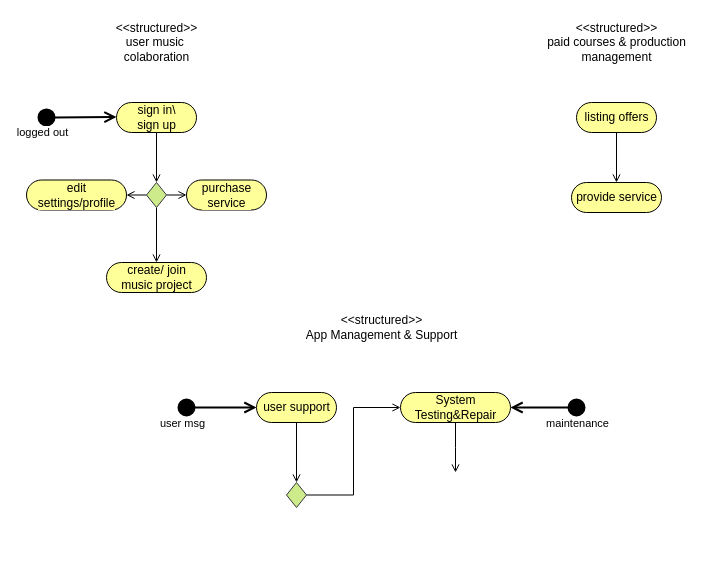
Before: page "Page-2" (2 of 2) of BUC Diagram.drawio in Itaybarbar/myProject, a draw.io diagram. Source tidied: cells renumbered, new cells numbered last; positions are measured from the earlier drawing's top-left corner, leaving out a move shared by most shapes. Both pictures are drawn from the tidied source at 100%, with x=0, y=0 at pixel (26, 17).
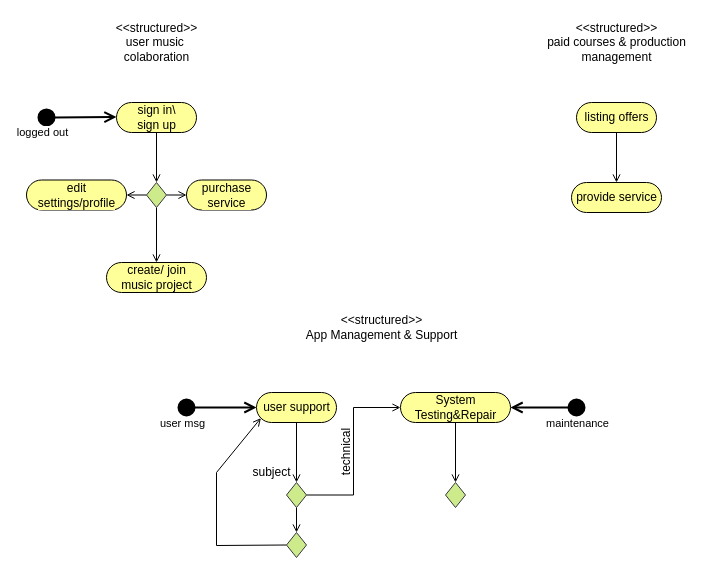
The same diagram, later.

Unchanged cells that the change refers to:
```xml
<mxCell id="20" value="System &lt;br&gt;Testing&amp;amp;Repair" style="html=1;dashed=0;whitespace=wrap;shape=mxgraph.dfd.start;shadow=0;glass=0;labelBackgroundColor=#FFFF99;sketch=0;strokeWidth=1;fillColor=#FFFF99;" parent="1" vertex="1">
  <mxGeometry x="374" y="375" width="110" height="30" as="geometry" />
</mxCell>
<mxCell id="22" value="user support" style="html=1;dashed=0;whitespace=wrap;shape=mxgraph.dfd.start;shadow=0;glass=0;labelBackgroundColor=#FFFF99;sketch=0;strokeWidth=1;fillColor=#FFFF99;" parent="1" vertex="1">
  <mxGeometry x="230" y="375" width="80" height="30" as="geometry" />
</mxCell>
<mxCell id="24" style="strokeWidth=1;html=1;shape=mxgraph.flowchart.decision;whiteSpace=wrap;fillColor=#cdeb8b;strokeColor=#36393d;" parent="1" vertex="1">
  <mxGeometry x="260" y="465" width="20" height="25" as="geometry" />
</mxCell>
```

Diff of the diagram source:
```diff
@@
-    <mxCell id="19" style="edgeStyle=orthogonalEdgeStyle;rounded=0;jettySize=auto;html=1;exitX=0.5;exitY=0.5;exitDx=0;exitDy=15;exitPerimeter=0;endArrow=open;endFill=0;" parent="1" edge="1" source="20">
-      <mxGeometry relative="1" as="geometry">
-        <mxPoint x="429" y="455" as="targetPoint" />
-      </mxGeometry>
+    <mxCell id="19" style="edgeStyle=orthogonalEdgeStyle;rounded=0;jettySize=auto;html=1;exitX=0.5;exitY=0.5;exitDx=0;exitDy=15;exitPerimeter=0;endArrow=open;endFill=0;entryX=0.5;entryY=0;entryDx=0;entryDy=0;entryPerimeter=0;" parent="1" edge="1" source="20" target="30">
+      <mxGeometry relative="1" as="geometry" />
     </mxCell>
@@
+    <mxCell id="29" style="edgeStyle=orthogonalEdgeStyle;rounded=0;jettySize=auto;html=1;endArrow=open;endFill=0;" parent="1" edge="1" source="24" target="34">
+      <mxGeometry relative="1" as="geometry" />
+    </mxCell>
@@
+    <mxCell id="30" style="strokeWidth=1;html=1;shape=mxgraph.flowchart.decision;whiteSpace=wrap;fillColor=#cdeb8b;strokeColor=#36393d;" parent="1" vertex="1">
+      <mxGeometry x="419" y="465" width="20" height="25" as="geometry" />
+    </mxCell>
+    <mxCell id="31" value="subject" style="text;html=1;align=center;verticalAlign=middle;strokeColor=none;fillColor=none;" parent="1" vertex="1">
+      <mxGeometry x="220" y="445" width="50" height="20" as="geometry" />
+    </mxCell>
+    <mxCell id="32" value="technical" style="text;html=1;align=center;verticalAlign=middle;strokeColor=none;fillColor=none;rotation=-90;" parent="1" vertex="1">
+      <mxGeometry x="290" y="425" width="60" height="20" as="geometry" />
+    </mxCell>
+    <mxCell id="33" style="rounded=0;jettySize=auto;html=1;exitX=0;exitY=0.5;exitDx=0;exitDy=0;exitPerimeter=0;endArrow=open;endFill=0;entryX=0;entryY=0;entryDx=4.395;entryDy=25.604999999999997;entryPerimeter=0;" parent="1" edge="1" source="34" target="22">
+      <mxGeometry relative="1" as="geometry">
+        <Array as="points">
+          <mxPoint x="190" y="528" />
+          <mxPoint x="190" y="455" />
+        </Array>
+      </mxGeometry>
+    </mxCell>
+    <mxCell id="34" style="strokeWidth=1;html=1;shape=mxgraph.flowchart.decision;whiteSpace=wrap;fillColor=#cdeb8b;strokeColor=#36393d;" parent="1" vertex="1">
+      <mxGeometry x="260" y="515" width="20" height="25" as="geometry" />
+    </mxCell>
```
